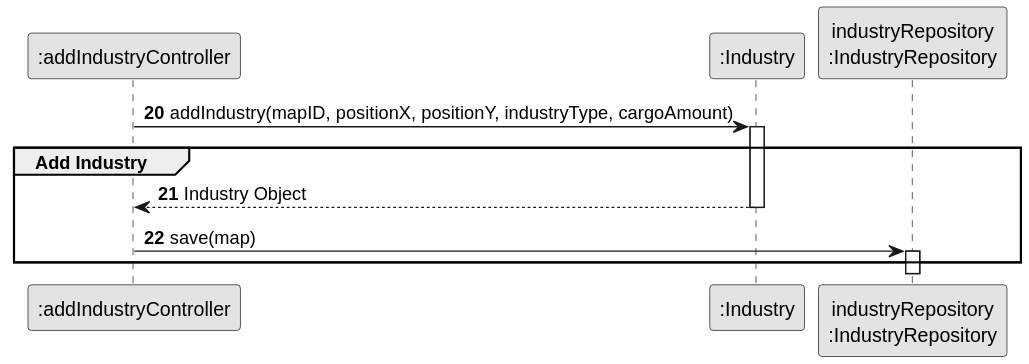
Earlier version of the PlantUML export docs/sprint3/us002/03.design/svg/us002-sd-partial-add-industry.svg (ivasduarte/all-aboard).
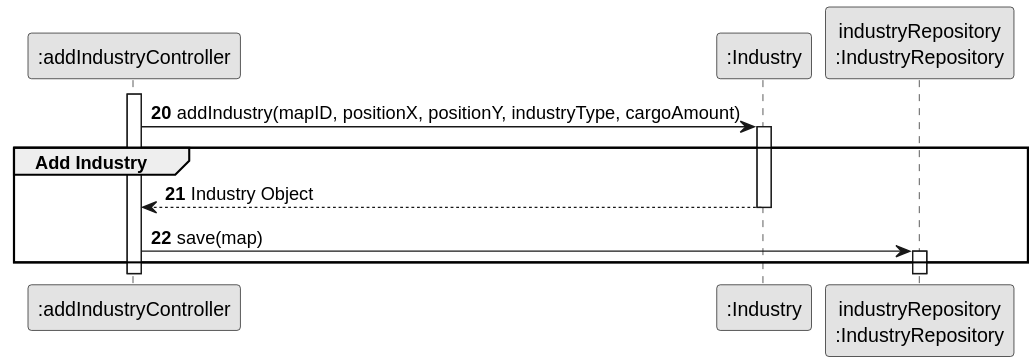
The same file after the commit.

Diff of the diagram source:
```diff
@@ -8,6 +8,8 @@
 participant ":addIndustryController" as CTRL
 participant ":Industry" as IND
 participant "industryRepository\n:IndustryRepository" as REPO
+
+activate CTRL
 
 CTRL -> IND : addIndustry(mapID, positionX, positionY, industryType, cargoAmount)
 activate IND
```
